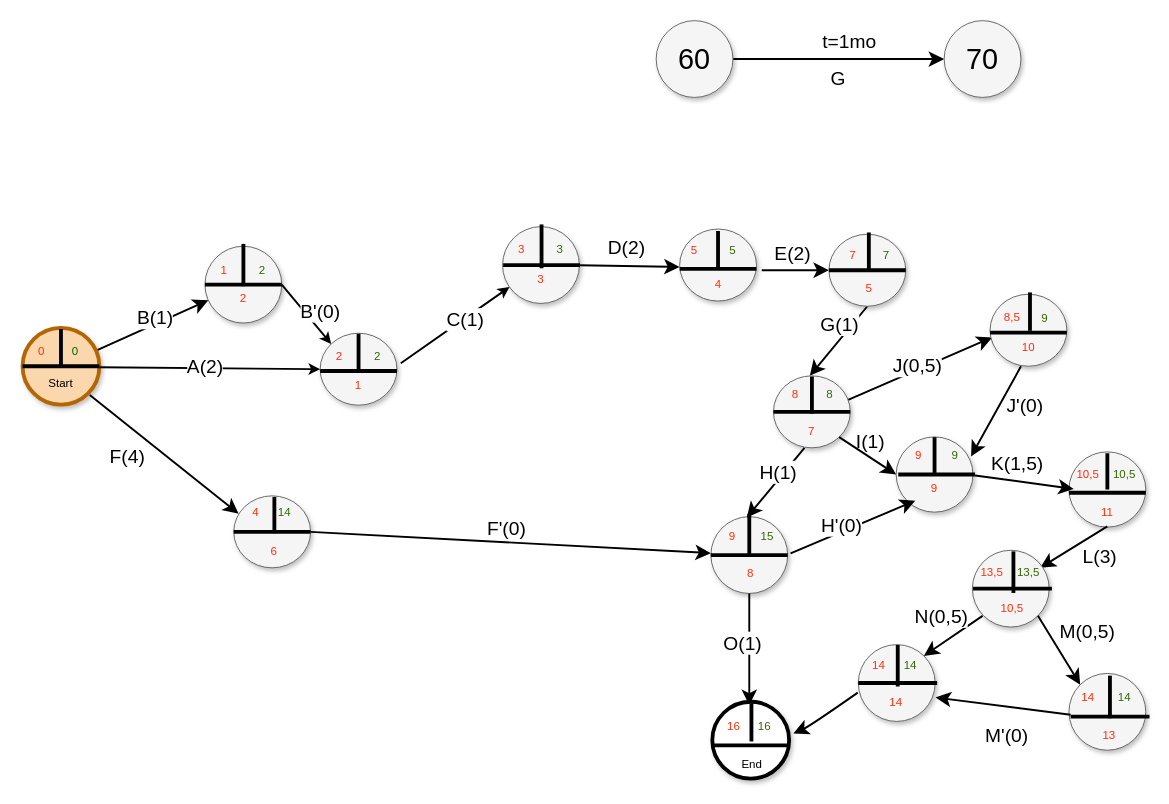
amalgum/laracarte-tdn keeps this draw.io diagram as Untitled Diagram.drawio. Above is the earlier version. Source tidied: cells renumbered, new cells numbered last; positions are measured from the earlier drawing's top-left corner, leaving out a move shared by most shapes. Both pictures are drawn from the tidied source at 96%, with x=0, y=0 at pixel (22, 20).
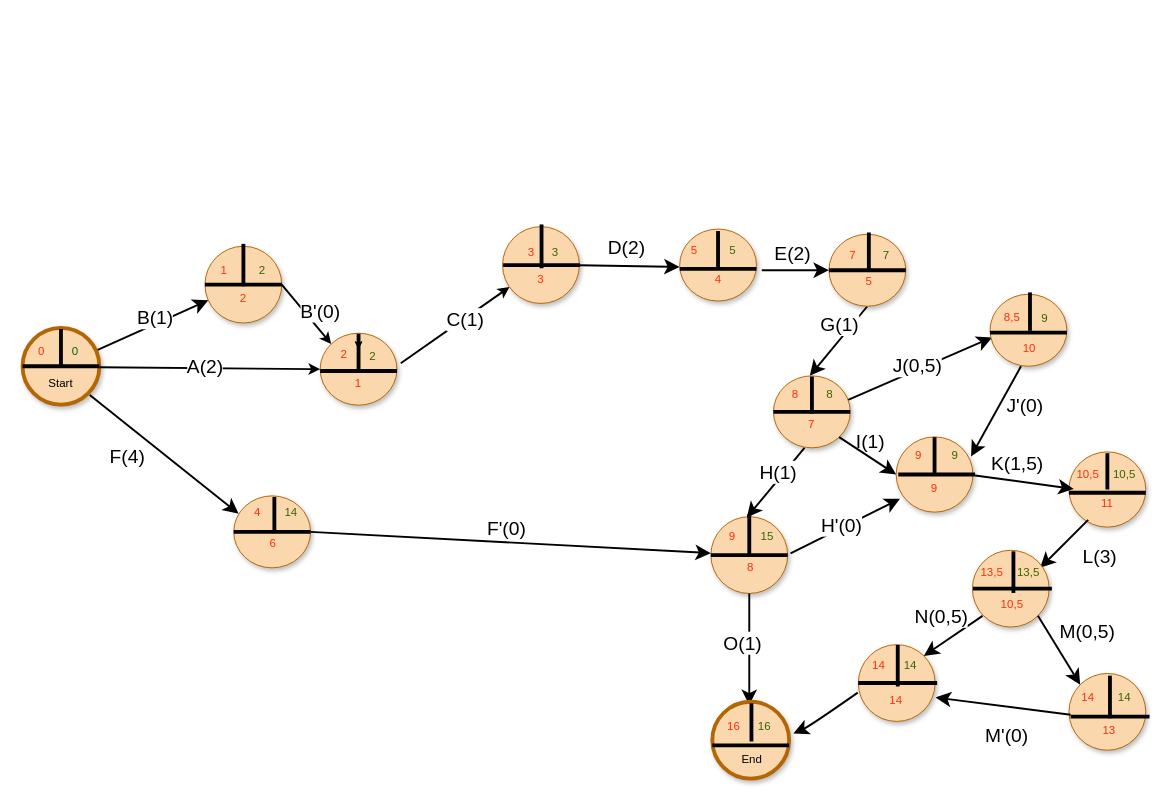
The same diagram, later.

The change refers to these unchanged cells:
```xml
<mxCell id="126" value="15" style="text;html=1;strokeColor=none;fillColor=none;align=center;verticalAlign=middle;whiteSpace=wrap;rounded=0;fontColor=#336600;" parent="1" vertex="1">
  <mxGeometry x="743.8" y="521.7" width="63.8" height="30" as="geometry" />
</mxCell>
```

What changed in the source:
```diff
@@
-    <mxCell id="4" style="ellipse;whiteSpace=wrap;html=1;rounded=0;shadow=1;strokeColor=#666666;strokeWidth=1;fontSize=30;align=center;fillColor=#f5f5f5;" parent="1" vertex="1">
+    <mxCell id="4" style="ellipse;whiteSpace=wrap;html=1;rounded=0;shadow=1;strokeColor=#b46504;strokeWidth=1;fontSize=30;align=center;fillColor=#fad7ac;" parent="1" vertex="1">
       <mxGeometry x="190" y="235" width="80" height="80" as="geometry" />
     </mxCell>
-    <mxCell id="5" style="ellipse;whiteSpace=wrap;html=1;rounded=0;shadow=1;strokeColor=#666666;strokeWidth=1;fontSize=30;align=center;fillColor=#f5f5f5;" parent="1" vertex="1">
+    <mxCell id="5" style="ellipse;whiteSpace=wrap;html=1;rounded=0;shadow=1;strokeColor=#b46504;strokeWidth=1;fontSize=30;align=center;fillColor=#fad7ac;" parent="1" vertex="1">
       <mxGeometry x="310" y="325.6" width="80" height="75" as="geometry" />
     </mxCell>
@@
-    <mxCell id="8" style="ellipse;whiteSpace=wrap;html=1;rounded=0;shadow=1;strokeColor=#666666;strokeWidth=1;fontSize=30;align=center;fillColor=#f5f5f5;" parent="1" vertex="1">
+    <mxCell id="8" style="ellipse;whiteSpace=wrap;html=1;rounded=0;shadow=1;strokeColor=#b46504;strokeWidth=1;fontSize=30;align=center;fillColor=#fad7ac;" parent="1" vertex="1">
       <mxGeometry x="500" y="214.6" width="80" height="80" as="geometry" />
     </mxCell>
-    <mxCell id="9" style="edgeStyle=none;curved=1;html=1;startSize=10;endFill=1;endSize=10;strokeWidth=2;fontSize=12;" parent="1" edge="1" source="11" target="14">
-      <mxGeometry relative="1" as="geometry" />
-    </mxCell>
-    <mxCell id="10" value="t=1mo" style="text;html=1;align=center;verticalAlign=middle;labelBackgroundColor=#ffffff;fontSize=20;" parent="9" vertex="1">
-      <mxGeometry x="-0.07" y="-5" relative="1" as="geometry">
-        <mxPoint x="18" y="-25" as="offset" />
-      </mxGeometry>
-    </mxCell>
-    <mxCell id="11" value="60" style="ellipse;whiteSpace=wrap;html=1;rounded=0;shadow=1;strokeColor=#666666;strokeWidth=1;fontSize=30;align=center;fillColor=#f5f5f5;" parent="1" vertex="1">
-      <mxGeometry x="660" width="80" height="80" as="geometry" />
-    </mxCell>
@@
-    <mxCell id="14" value="70" style="ellipse;whiteSpace=wrap;html=1;rounded=0;shadow=1;strokeColor=#666666;strokeWidth=1;fontSize=30;align=center;fillColor=#f5f5f5;" parent="1" vertex="1">
-      <mxGeometry x="960" width="80" height="80" as="geometry" />
-    </mxCell>
-    <mxCell id="15" value="G" style="text;html=1;strokeColor=none;fillColor=none;align=center;verticalAlign=middle;whiteSpace=wrap;rounded=0;shadow=1;labelBackgroundColor=none;fontSize=20;" parent="1" vertex="1">
-      <mxGeometry x="830" y="50" width="40" height="20" as="geometry" />
-    </mxCell>
@@
-    <mxCell id="29" style="ellipse;whiteSpace=wrap;html=1;rounded=0;shadow=1;strokeColor=#666666;strokeWidth=1;fontSize=30;align=center;fillColor=#f5f5f5;" parent="1" vertex="1">
+    <mxCell id="29" style="ellipse;whiteSpace=wrap;html=1;rounded=0;shadow=1;strokeColor=#b46504;strokeWidth=1;fontSize=30;align=center;fillColor=#fad7ac;" parent="1" vertex="1">
       <mxGeometry x="684.5" y="217.1" width="80" height="75" as="geometry" />
     </mxCell>
@@
-    <mxCell id="32" style="ellipse;whiteSpace=wrap;html=1;rounded=0;shadow=1;strokeColor=#666666;strokeWidth=1;fontSize=30;align=center;fillColor=#f5f5f5;" parent="1" vertex="1">
+    <mxCell id="32" style="ellipse;whiteSpace=wrap;html=1;rounded=0;shadow=1;strokeColor=#b46504;strokeWidth=1;fontSize=30;align=center;fillColor=#fad7ac;" parent="1" vertex="1">
       <mxGeometry x="840" y="222.5" width="80" height="75" as="geometry" />
     </mxCell>
-    <mxCell id="33" style="ellipse;whiteSpace=wrap;html=1;rounded=0;shadow=1;strokeColor=#666666;strokeWidth=1;fontSize=30;align=center;fillColor=#f5f5f5;" parent="1" vertex="1">
+    <mxCell id="33" style="ellipse;whiteSpace=wrap;html=1;rounded=0;shadow=1;strokeColor=#b46504;strokeWidth=1;fontSize=30;align=center;fillColor=#fad7ac;" parent="1" vertex="1">
       <mxGeometry x="782.2" y="370" width="80" height="75" as="geometry" />
     </mxCell>
-    <mxCell id="34" style="ellipse;whiteSpace=wrap;html=1;rounded=0;shadow=1;strokeColor=#666666;strokeWidth=1;fontSize=30;align=center;fillColor=#f5f5f5;" parent="1" vertex="1">
+    <mxCell id="34" style="ellipse;whiteSpace=wrap;html=1;rounded=0;shadow=1;strokeColor=#b46504;strokeWidth=1;fontSize=30;align=center;fillColor=#fad7ac;" parent="1" vertex="1">
       <mxGeometry x="910" y="433.6" width="80" height="78.4" as="geometry" />
     </mxCell>
@@
-    <mxCell id="43" style="ellipse;whiteSpace=wrap;html=1;rounded=0;shadow=1;strokeColor=#666666;strokeWidth=1;fontSize=30;align=center;fillColor=#f5f5f5;" parent="1" vertex="1">
+    <mxCell id="43" style="ellipse;whiteSpace=wrap;html=1;rounded=0;shadow=1;strokeColor=#b46504;strokeWidth=1;fontSize=30;align=center;fillColor=#fad7ac;" parent="1" vertex="1">
       <mxGeometry x="220" y="495" width="80" height="75" as="geometry" />
     </mxCell>
@@
-    <mxCell id="46" style="ellipse;whiteSpace=wrap;html=1;rounded=0;shadow=1;strokeColor=#666666;strokeWidth=1;fontSize=30;align=center;fillColor=#f5f5f5;" parent="1" vertex="1">
+    <mxCell id="46" style="ellipse;whiteSpace=wrap;html=1;rounded=0;shadow=1;strokeColor=#b46504;strokeWidth=1;fontSize=30;align=center;fillColor=#fad7ac;" parent="1" vertex="1">
       <mxGeometry x="1090" y="449.2" width="80" height="78.4" as="geometry" />
     </mxCell>
-    <mxCell id="47" style="ellipse;whiteSpace=wrap;html=1;rounded=0;shadow=1;strokeColor=#666666;strokeWidth=1;fontSize=30;align=center;fillColor=#f5f5f5;direction=south;" parent="1" vertex="1">
+    <mxCell id="47" style="ellipse;whiteSpace=wrap;html=1;rounded=0;shadow=1;strokeColor=#b46504;strokeWidth=1;fontSize=30;align=center;fillColor=#fad7ac;direction=south;" parent="1" vertex="1">
       <mxGeometry x="717" y="516.7" width="80" height="80" as="geometry" />
     </mxCell>
@@
     <mxCell id="56" value="3" style="text;html=1;strokeColor=none;fillColor=none;align=center;verticalAlign=middle;whiteSpace=wrap;rounded=0;fontColor=#FF2D0D;" parent="1" vertex="1">
-      <mxGeometry x="490" y="223.5" width="60" height="30" as="geometry" />
+      <mxGeometry x="510" y="230" width="40" height="23.5" as="geometry" />
     </mxCell>
@@
     <mxCell id="59" value="&lt;font color=&quot;#FF2D0D&quot;&gt;4&lt;/font&gt;" style="text;html=1;strokeColor=none;fillColor=none;align=center;verticalAlign=middle;whiteSpace=wrap;rounded=0;" parent="1" vertex="1">
-      <mxGeometry x="213.4" y="497.5" width="60" height="30" as="geometry" />
+      <mxGeometry x="230" y="497.5" width="30" height="30" as="geometry" />
     </mxCell>
@@
     <mxCell id="63" value="1" style="text;html=1;strokeColor=none;fillColor=none;align=center;verticalAlign=middle;whiteSpace=wrap;rounded=0;fontColor=#FF2D0D;" parent="1" vertex="1">
-      <mxGeometry x="180" y="245" width="60" height="30" as="geometry" />
+      <mxGeometry x="200" y="245" width="20" height="30" as="geometry" />
     </mxCell>
     <mxCell id="64" value="&lt;font color=&quot;#336600&quot;&gt;2&lt;/font&gt;" style="text;html=1;strokeColor=none;fillColor=none;align=center;verticalAlign=middle;whiteSpace=wrap;rounded=0;fontColor=#FF2D0D;" parent="1" vertex="1">
-      <mxGeometry x="230" y="245" width="40" height="30" as="geometry" />
+      <mxGeometry x="240" y="245" width="20" height="30" as="geometry" />
     </mxCell>
@@
     <mxCell id="71" value="&lt;font color=&quot;#336600&quot;&gt;3&lt;/font&gt;" style="text;html=1;strokeColor=none;fillColor=none;align=center;verticalAlign=middle;whiteSpace=wrap;rounded=0;fontColor=#FF2D0D;" parent="1" vertex="1">
-      <mxGeometry x="530" y="223.5" width="60" height="30" as="geometry" />
+      <mxGeometry x="540" y="230" width="30" height="23.5" as="geometry" />
     </mxCell>
     <mxCell id="72" value="3" style="text;html=1;strokeColor=none;fillColor=none;align=center;verticalAlign=middle;whiteSpace=wrap;rounded=0;fontColor=#FF2D0D;" parent="1" vertex="1">
-      <mxGeometry x="510" y="255" width="60" height="30" as="geometry" />
+      <mxGeometry x="520" y="260" width="40" height="20" as="geometry" />
     </mxCell>
@@
     <mxCell id="74" value="4" style="text;html=1;strokeColor=none;fillColor=none;align=center;verticalAlign=middle;whiteSpace=wrap;rounded=0;fontColor=#FF2D0D;" parent="1" vertex="1">
-      <mxGeometry x="694.5" y="259.6" width="60" height="30" as="geometry" />
+      <mxGeometry x="710" y="259.6" width="30" height="20.4" as="geometry" />
     </mxCell>
@@
     <mxCell id="76" value="5" style="text;html=1;strokeColor=none;fillColor=none;align=center;verticalAlign=middle;whiteSpace=wrap;rounded=0;fontColor=#FF2D0D;" parent="1" vertex="1">
-      <mxGeometry x="852.2" y="263.5" width="60" height="30" as="geometry" />
+      <mxGeometry x="852.2" y="263.5" width="60" height="16.5" as="geometry" />
     </mxCell>
-    <mxCell id="77" style="ellipse;whiteSpace=wrap;html=1;rounded=0;shadow=1;strokeColor=#666666;strokeWidth=1;fontSize=30;align=center;fillColor=#f5f5f5;" parent="1" vertex="1">
+    <mxCell id="77" style="ellipse;whiteSpace=wrap;html=1;rounded=0;shadow=1;strokeColor=#b46504;strokeWidth=1;fontSize=30;align=center;fillColor=#fad7ac;" parent="1" vertex="1">
       <mxGeometry x="1007.8" y="285" width="80" height="75" as="geometry" />
     </mxCell>
@@
     <mxCell id="83" value="10" style="text;html=1;strokeColor=none;fillColor=none;align=center;verticalAlign=middle;whiteSpace=wrap;rounded=0;fontColor=#FF2D0D;" parent="1" vertex="1">
-      <mxGeometry x="1012.8" y="325.6" width="70" height="30" as="geometry" />
+      <mxGeometry x="1034.3" y="335" width="30" height="14.4" as="geometry" />
     </mxCell>
@@
     <mxCell id="88" value="9" style="text;html=1;strokeColor=none;fillColor=none;align=center;verticalAlign=middle;whiteSpace=wrap;rounded=0;fontColor=#FF2D0D;" parent="1" vertex="1">
-      <mxGeometry x="915" y="473.4" width="70" height="30" as="geometry" />
+      <mxGeometry x="915" y="480.1" width="70" height="16.6" as="geometry" />
     </mxCell>
@@
     <mxCell id="92" value="11" style="text;html=1;strokeColor=none;fillColor=none;align=center;verticalAlign=middle;whiteSpace=wrap;rounded=0;fontColor=#FF2D0D;" parent="1" vertex="1">
-      <mxGeometry x="1100" y="496.8" width="60" height="30" as="geometry" />
+      <mxGeometry x="1100" y="496.8" width="60" height="13.2" as="geometry" />
     </mxCell>
@@
-    <mxCell id="95" style="edgeStyle=none;curved=1;html=1;startSize=10;endFill=1;endSize=10;strokeWidth=2;fontSize=12;exitX=0.5;exitY=1;exitDx=0;exitDy=0;" parent="1" edge="1" source="92">
+    <mxCell id="95" style="edgeStyle=none;curved=1;html=1;startSize=10;endFill=1;endSize=10;strokeWidth=2;fontSize=12;" parent="1" edge="1">
       <mxGeometry relative="1" as="geometry">
+        <mxPoint x="1110" y="520" as="sourcePoint" />
         <mxPoint x="1060" y="570" as="targetPoint" />
       </mxGeometry>
     </mxCell>
-    <mxCell id="96" style="ellipse;whiteSpace=wrap;html=1;rounded=0;shadow=1;strokeColor=#666666;strokeWidth=1;fontSize=30;align=center;fillColor=#f5f5f5;direction=south;" parent="1" vertex="1">
+    <mxCell id="96" style="ellipse;whiteSpace=wrap;html=1;rounded=0;shadow=1;strokeColor=#b46504;strokeWidth=1;fontSize=30;align=center;fillColor=#fad7ac;direction=south;" parent="1" vertex="1">
       <mxGeometry x="989.4" y="551.7" width="80" height="80" as="geometry" />
     </mxCell>
-    <mxCell id="97" style="ellipse;whiteSpace=wrap;html=1;rounded=0;shadow=1;strokeColor=#666666;strokeWidth=1;fontSize=30;align=center;fillColor=#f5f5f5;direction=south;" parent="1" vertex="1">
+    <mxCell id="97" style="ellipse;whiteSpace=wrap;html=1;rounded=0;shadow=1;strokeColor=#b46504;strokeWidth=1;fontSize=30;align=center;fillColor=#fad7ac;direction=south;" parent="1" vertex="1">
       <mxGeometry x="1090" y="680" width="80" height="80" as="geometry" />
     </mxCell>
-    <mxCell id="98" style="ellipse;whiteSpace=wrap;html=1;rounded=0;shadow=1;strokeColor=#666666;strokeWidth=1;fontSize=30;align=center;fillColor=#f5f5f5;direction=south;" parent="1" vertex="1">
+    <mxCell id="98" style="ellipse;whiteSpace=wrap;html=1;rounded=0;shadow=1;strokeColor=#b46504;strokeWidth=1;fontSize=30;align=center;fillColor=#fad7ac;direction=south;" parent="1" vertex="1">
       <mxGeometry x="870.6" y="650" width="80" height="80" as="geometry" />
     </mxCell>
@@
     <mxCell id="104" value="7" style="text;html=1;strokeColor=none;fillColor=none;align=center;verticalAlign=middle;whiteSpace=wrap;rounded=0;fontColor=#FF2D0D;" parent="1" vertex="1">
-      <mxGeometry x="792.2" y="412.5" width="60" height="30" as="geometry" />
+      <mxGeometry x="792.2" y="412.5" width="60" height="17.5" as="geometry" />
     </mxCell>
@@
     <mxCell id="113" value="10,5" style="text;html=1;strokeColor=none;fillColor=none;align=center;verticalAlign=middle;whiteSpace=wrap;rounded=0;fontColor=#FF2D0D;" parent="1" vertex="1">
-      <mxGeometry x="1001.1" y="596.7" width="60" height="30" as="geometry" />
+      <mxGeometry x="1001.1" y="596.7" width="60" height="23.3" as="geometry" />
     </mxCell>
@@
     <mxCell id="117" value="2" style="text;html=1;strokeColor=none;fillColor=none;align=center;verticalAlign=middle;whiteSpace=wrap;rounded=0;fontColor=#FF2D0D;" parent="1" vertex="1">
-      <mxGeometry x="300" y="335" width="60" height="30" as="geometry" />
+      <mxGeometry x="330" y="330" width="10" height="35" as="geometry" />
     </mxCell>
     <mxCell id="118" value="&lt;font color=&quot;#336600&quot;&gt;2&lt;/font&gt;" style="text;html=1;strokeColor=none;fillColor=none;align=center;verticalAlign=middle;whiteSpace=wrap;rounded=0;fontColor=#FF2D0D;" parent="1" vertex="1">
-      <mxGeometry x="340" y="335" width="60" height="30" as="geometry" />
+      <mxGeometry x="350" y="335" width="30" height="30" as="geometry" />
     </mxCell>
     <mxCell id="119" value="1" style="text;html=1;strokeColor=none;fillColor=none;align=center;verticalAlign=middle;whiteSpace=wrap;rounded=0;fontColor=#FF2D0D;" parent="1" vertex="1">
-      <mxGeometry x="320" y="365" width="60" height="30" as="geometry" />
+      <mxGeometry x="330" y="365" width="40" height="25" as="geometry" />
     </mxCell>
@@
     <mxCell id="122" value="14" style="text;html=1;strokeColor=none;fillColor=none;align=center;verticalAlign=middle;whiteSpace=wrap;rounded=0;fontColor=#FF2D0D;" parent="1" vertex="1">
-      <mxGeometry x="880" y="695" width="60" height="30" as="geometry" />
+      <mxGeometry x="880" y="695" width="60" height="25" as="geometry" />
     </mxCell>
@@
     <mxCell id="125" value="13" style="text;html=1;strokeColor=none;fillColor=none;align=center;verticalAlign=middle;whiteSpace=wrap;rounded=0;fontColor=#FF2D0D;" parent="1" vertex="1">
-      <mxGeometry x="1102.2" y="730" width="60" height="30" as="geometry" />
+      <mxGeometry x="1102.2" y="730" width="60" height="20" as="geometry" />
     </mxCell>
@@
     <mxCell id="127" value="8" style="text;html=1;strokeColor=none;fillColor=none;align=center;verticalAlign=middle;whiteSpace=wrap;rounded=0;fontColor=#FF2D0D;" parent="1" vertex="1">
-      <mxGeometry x="730" y="560" width="57" height="31.7" as="geometry" />
+      <mxGeometry x="730" y="560" width="57" height="20" as="geometry" />
     </mxCell>
-    <mxCell id="128" style="edgeStyle=none;curved=1;html=1;startSize=10;endFill=1;endSize=10;strokeWidth=2;fontSize=12;entryX=0.214;entryY=0.887;entryDx=0;entryDy=0;exitX=0.881;exitY=1.111;exitDx=0;exitDy=0;entryPerimeter=0;exitPerimeter=0;" parent="1" edge="1" source="126" target="88">
+    <mxCell id="128" style="edgeStyle=none;curved=1;html=1;startSize=10;endFill=1;endSize=10;strokeWidth=2;fontSize=12;entryX=0.05;entryY=0.822;entryDx=0;entryDy=0;exitX=0.881;exitY=1.111;exitDx=0;exitDy=0;entryPerimeter=0;exitPerimeter=0;" parent="1" edge="1" source="126" target="34">
       <mxGeometry relative="1" as="geometry" />
     </mxCell>
@@
     <mxCell id="131" value="&lt;font color=&quot;#336600&quot;&gt;14&lt;/font&gt;" style="text;html=1;strokeColor=none;fillColor=none;align=center;verticalAlign=middle;whiteSpace=wrap;rounded=0;" parent="1" vertex="1">
-      <mxGeometry x="243.4" y="497.6" width="60" height="30" as="geometry" />
+      <mxGeometry x="270" y="497.6" width="20" height="30" as="geometry" />
     </mxCell>
     <mxCell id="132" value="&lt;font color=&quot;#FF2D0D&quot;&gt;6&lt;/font&gt;" style="text;html=1;strokeColor=none;fillColor=none;align=center;verticalAlign=middle;whiteSpace=wrap;rounded=0;" parent="1" vertex="1">
-      <mxGeometry x="232.3" y="537.5" width="60" height="30" as="geometry" />
+      <mxGeometry x="230" y="540" width="62.3" height="10" as="geometry" />
     </mxCell>
@@
-    <mxCell id="136" style="ellipse;whiteSpace=wrap;html=1;rounded=0;shadow=1;strokeWidth=4;fontSize=30;align=center;" parent="1" vertex="1">
+    <mxCell id="136" style="ellipse;whiteSpace=wrap;html=1;rounded=0;shadow=1;strokeWidth=4;fontSize=30;align=center;fillColor=#fad7ac;strokeColor=#b46504;" parent="1" vertex="1">
       <mxGeometry x="718.5" y="709.5" width="80" height="80" as="geometry" />
     </mxCell>
@@
     <mxCell id="140" value="End" style="text;html=1;strokeColor=none;fillColor=none;align=center;verticalAlign=middle;whiteSpace=wrap;rounded=0;" parent="1" vertex="1">
-      <mxGeometry x="730" y="759.5" width="60" height="30" as="geometry" />
+      <mxGeometry x="730" y="759.5" width="60" height="20.6" as="geometry" />
     </mxCell>
@@
+    <mxCell id="144" style="edgeStyle=orthogonalEdgeStyle;curved=1;orthogonalLoop=1;jettySize=auto;html=1;exitX=0;exitY=0;exitDx=0;exitDy=0;entryX=0;entryY=0.25;entryDx=0;entryDy=0;fontColor=#336600;" parent="1" edge="1" source="118" target="118">
+      <mxGeometry relative="1" as="geometry" />
+    </mxCell>
```
